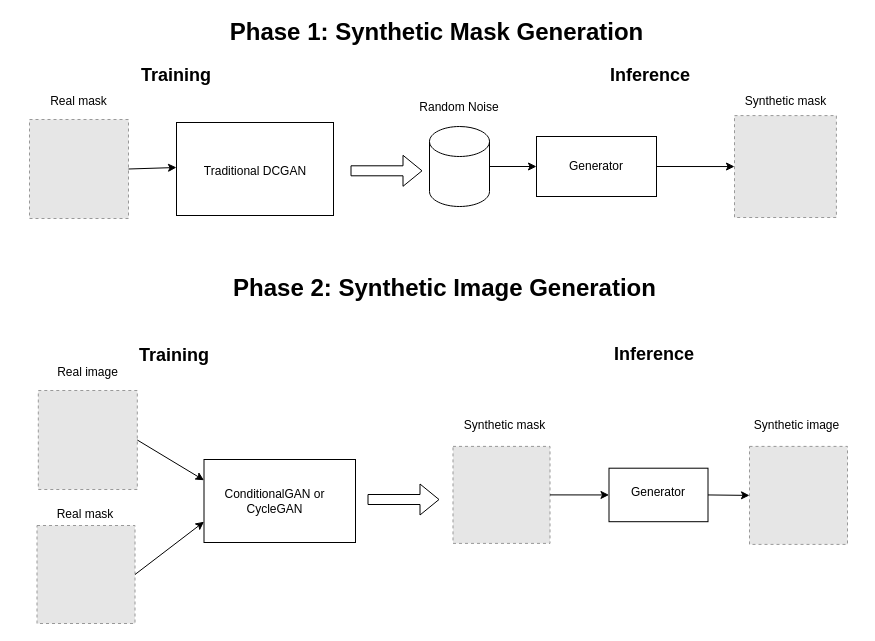
Above: src/Untitled Diagram.drawio in KamenDamov/IFT3710-Advanced-Project-in-ML-AI (draw.io), before the change. Source tidied: cells renumbered, new cells numbered last; positions are measured from the earlier drawing's top-left corner, leaving out a move shared by most shapes. Both pictures are drawn from the tidied source at 100%, with x=0, y=0 at pixel (17, 17). Pictures stored in the file or linked from it are replaced by grey dashed boxes.
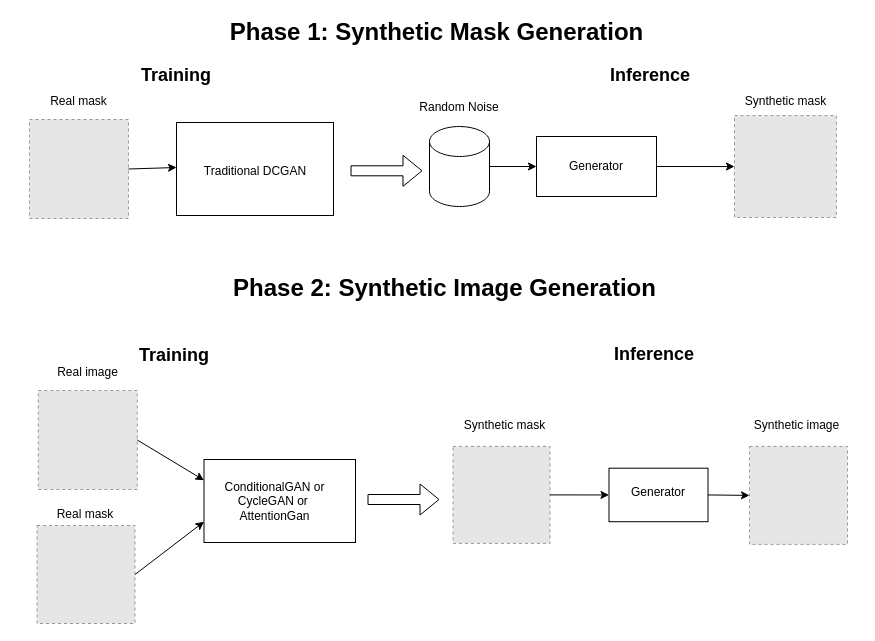
The same page after the edit.

The edit, as a diff of the source:
```diff
@@
-    <mxCell id="10" value="ConditionalGAN or CycleGAN" style="text;html=1;align=center;verticalAlign=middle;whiteSpace=wrap;rounded=0;" parent="1" vertex="1">
+    <mxCell id="10" value="ConditionalGAN or CycleGAN or&amp;nbsp;&lt;div&gt;AttentionGan&lt;/div&gt;" style="text;html=1;align=center;verticalAlign=middle;whiteSpace=wrap;rounded=0;" parent="1" vertex="1">
       <mxGeometry x="189" y="465.8" width="136.5" height="35.5" as="geometry" />
     </mxCell>
```
